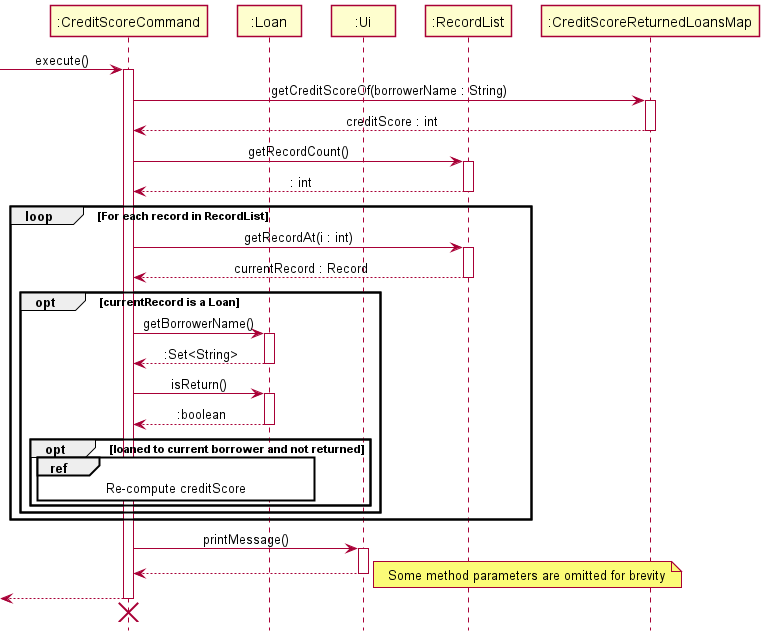
Above: docs/img/CreditScoreFeatureSequenceDiagram.png in nus-cs2113-AY2021S2/tp (PlantUML), before the change.
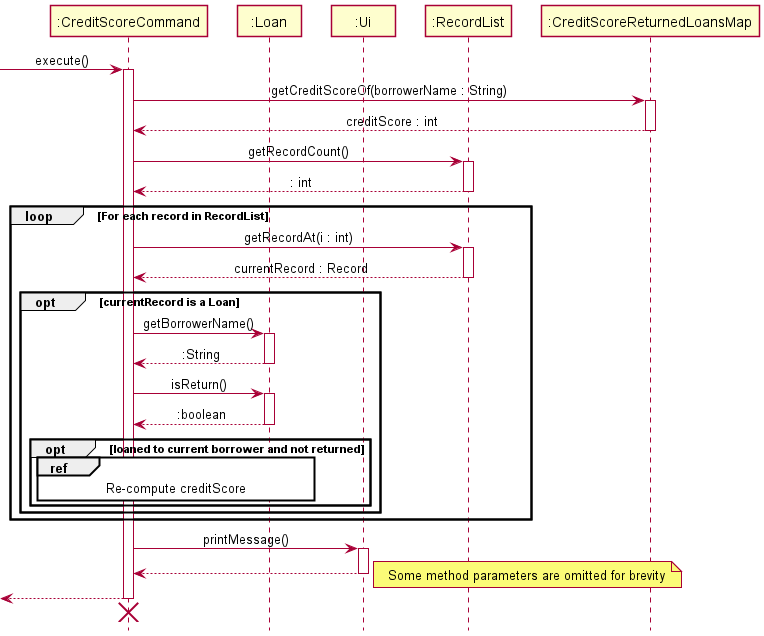
After the commit.

Change to the diagram source:
```diff
@@ -27,7 +27,7 @@
     opt currentRecord is a Loan
         CreditScoreCommand -> Loan : getBorrowerName()
         activate Loan
-        Loan --> CreditScoreCommand : :Set<String>
+        Loan --> CreditScoreCommand : :String
         deactivate Loan
         CreditScoreCommand -> Loan : isReturn()
         activate Loan
```
